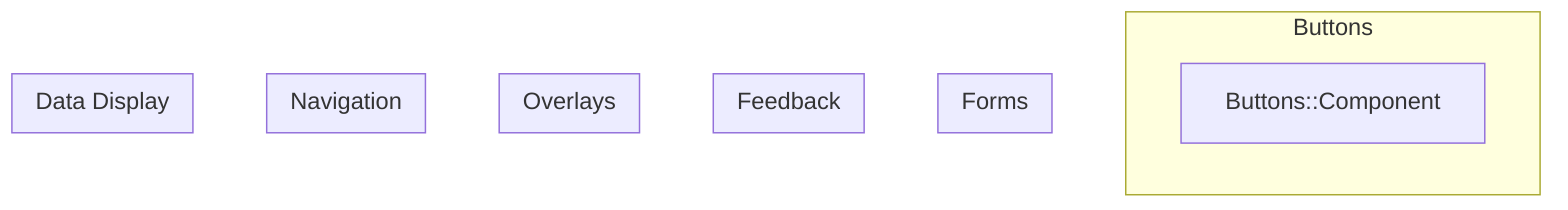
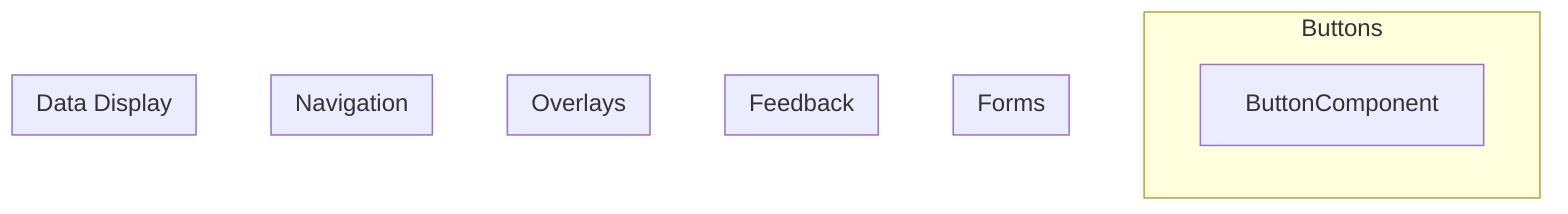
flowchart TB
  subgraph buttons["Buttons"]
-     buttons_component["Buttons::Component"]
+     button_component["ButtonComponent"]
  end

  subgraph forms["Forms"]
    %% Components go here.
  end

  subgraph feedback["Feedback"]
    %% Components go here.
  end

  subgraph overlays["Overlays"]
    %% Components go here.
  end

  subgraph navigation["Navigation"]
    %% Components go here.
  end

  subgraph data_display["Data Display"]
    %% Components go here.
  end
